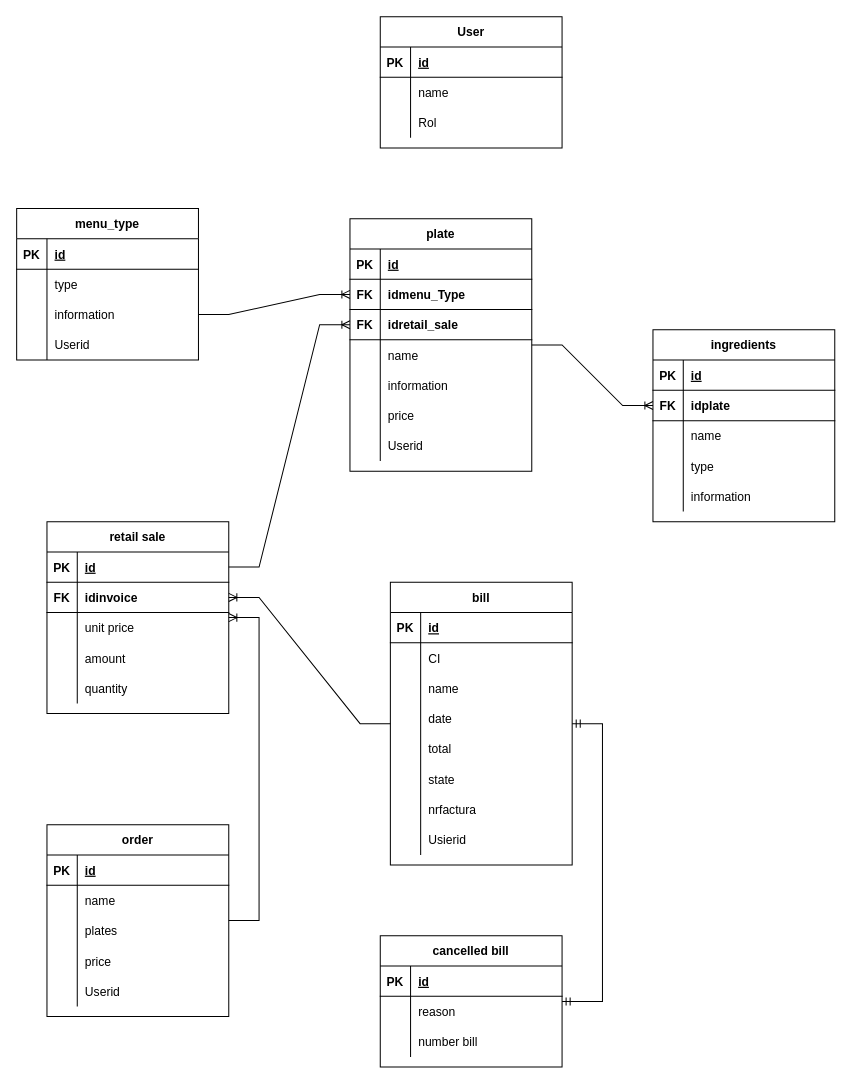
Before: diagrama/Untitled Diagram.drawio in poolextremo/programaci-n-3, a draw.io diagram. Source tidied: cells renumbered, new cells numbered last; positions are measured from the earlier drawing's top-left corner, leaving out a move shared by most shapes. Both pictures are drawn from the tidied source at 101%, with x=0, y=0 at pixel (16, 16).
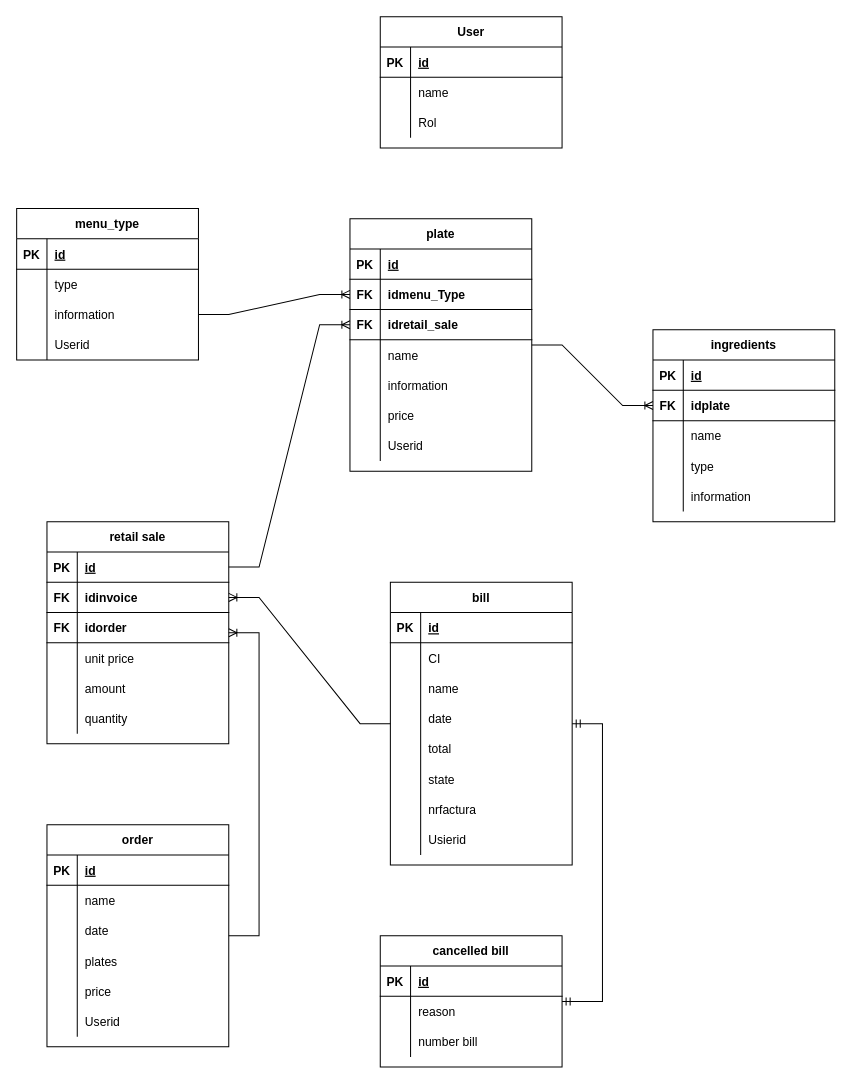
The same diagram, later.

The change refers to these unchanged cells:
```xml
<mxCell id="82" value="bill" style="shape=table;startSize=30;childLayout=tableLayout;rowLines=0;fontStyle=1;align=center;" parent="1" vertex="1">
  <mxGeometry x="370" y="560" width="180" height="280" as="geometry" />
</mxCell>
```

Diff of the diagram source:
```diff
@@
     <mxCell id="65" value="retail sale" style="shape=table;startSize=30;childLayout=tableLayout;rowLines=0;fontStyle=1;align=center;" parent="1" vertex="1">
-      <mxGeometry x="30" y="500" width="180" height="190" as="geometry" />
+      <mxGeometry x="30" y="500" width="180" height="220" as="geometry" />
     </mxCell>
@@
+    <mxCell id="136" style="shape=tableRow;horizontal=0;startSize=0;swimlaneHead=0;swimlaneBody=0;fillColor=none;points=[[0,0.5],[1,0.5]];portConstraint=eastwest;top=0;left=0;right=0;bottom=1;" parent="65" vertex="1">
+      <mxGeometry y="60" width="180" height="30" as="geometry" />
+    </mxCell>
+    <mxCell id="137" value="FK" style="shape=partialRectangle;fillColor=none;top=0;left=0;bottom=0;right=0;fontStyle=1;overflow=hidden;" parent="136" vertex="1">
+      <mxGeometry width="30" height="30" as="geometry" />
+    </mxCell>
+    <mxCell id="138" value="idinvoice" style="shape=partialRectangle;fillColor=none;top=0;left=0;bottom=0;right=0;align=left;spacingLeft=6;fontStyle=1;overflow=hidden;" parent="136" vertex="1">
+      <mxGeometry x="30" width="150" height="30" as="geometry" />
+    </mxCell>
     <mxCell id="69" style="shape=tableRow;horizontal=0;startSize=0;swimlaneHead=0;swimlaneBody=0;fillColor=none;points=[[0,0.5],[1,0.5]];portConstraint=eastwest;top=0;left=0;right=0;bottom=1;" parent="65" vertex="1">
-      <mxGeometry y="60" width="180" height="30" as="geometry" />
+      <mxGeometry y="90" width="180" height="30" as="geometry" />
     </mxCell>
@@
-    <mxCell id="71" value="idinvoice" style="shape=partialRectangle;fillColor=none;top=0;left=0;bottom=0;right=0;align=left;spacingLeft=6;fontStyle=1;overflow=hidden;" parent="69" vertex="1">
+    <mxCell id="71" value="idorder" style="shape=partialRectangle;fillColor=none;top=0;left=0;bottom=0;right=0;align=left;spacingLeft=6;fontStyle=1;overflow=hidden;" parent="69" vertex="1">
       <mxGeometry x="30" width="150" height="30" as="geometry" />
     </mxCell>
     <mxCell id="72" style="shape=tableRow;horizontal=0;startSize=0;swimlaneHead=0;swimlaneBody=0;fillColor=none;top=0;left=0;right=0;bottom=0;" parent="65" vertex="1">
-      <mxGeometry y="90" width="180" height="30" as="geometry" />
+      <mxGeometry y="120" width="180" height="30" as="geometry" />
     </mxCell>
@@
     <mxCell id="75" style="shape=tableRow;horizontal=0;startSize=0;swimlaneHead=0;swimlaneBody=0;fillColor=none;top=0;left=0;right=0;bottom=0;" parent="65" vertex="1">
-      <mxGeometry y="120" width="180" height="30" as="geometry" />
+      <mxGeometry y="150" width="180" height="30" as="geometry" />
     </mxCell>
@@
     <mxCell id="78" style="shape=tableRow;horizontal=0;startSize=0;swimlaneHead=0;swimlaneBody=0;fillColor=none;top=0;left=0;right=0;bottom=0;" parent="65" vertex="1">
-      <mxGeometry y="150" width="180" height="30" as="geometry" />
+      <mxGeometry y="180" width="180" height="30" as="geometry" />
     </mxCell>
@@
-    <mxCell id="107" style="edgeStyle=entityRelationEdgeStyle;fontSize=12;html=1;endArrow=ERoneToMany;rounded=0;" parent="1" edge="1" source="82" target="69">
+    <mxCell id="107" style="edgeStyle=entityRelationEdgeStyle;fontSize=12;html=1;endArrow=ERoneToMany;rounded=0;" parent="1" edge="1" source="82" target="136">
       <mxGeometry relative="1" as="geometry" />
     </mxCell>
     <mxCell id="108" value="order" style="shape=table;startSize=30;childLayout=tableLayout;rowLines=0;fontStyle=1;align=center;" parent="1" vertex="1">
-      <mxGeometry x="30" y="800" width="180" height="190" as="geometry" />
+      <mxGeometry x="30" y="800" width="180" height="220" as="geometry" />
     </mxCell>
@@
+    <mxCell id="139" style="shape=tableRow;horizontal=0;startSize=0;swimlaneHead=0;swimlaneBody=0;fillColor=none;top=0;left=0;right=0;bottom=0;" parent="108" vertex="1">
+      <mxGeometry y="90" width="180" height="30" as="geometry" />
+    </mxCell>
+    <mxCell id="140" style="shape=partialRectangle;fillColor=none;top=0;left=0;bottom=0;right=0;overflow=hidden;" parent="139" vertex="1">
+      <mxGeometry width="30" height="30" as="geometry" />
+    </mxCell>
+    <mxCell id="141" value="date" style="shape=partialRectangle;fillColor=none;top=0;left=0;bottom=0;right=0;align=left;spacingLeft=6;overflow=hidden;" parent="139" vertex="1">
+      <mxGeometry x="30" width="150" height="30" as="geometry" />
+    </mxCell>
     <mxCell id="115" style="shape=tableRow;horizontal=0;startSize=0;swimlaneHead=0;swimlaneBody=0;fillColor=none;top=0;left=0;right=0;bottom=0;" parent="108" vertex="1">
-      <mxGeometry y="90" width="180" height="30" as="geometry" />
+      <mxGeometry y="120" width="180" height="30" as="geometry" />
     </mxCell>
@@
     <mxCell id="118" style="shape=tableRow;horizontal=0;startSize=0;swimlaneHead=0;swimlaneBody=0;fillColor=none;top=0;left=0;right=0;bottom=0;" parent="108" vertex="1">
-      <mxGeometry y="120" width="180" height="30" as="geometry" />
+      <mxGeometry y="150" width="180" height="30" as="geometry" />
     </mxCell>
@@
     <mxCell id="121" style="shape=tableRow;horizontal=0;startSize=0;swimlaneHead=0;swimlaneBody=0;fillColor=none;top=0;left=0;right=0;bottom=0;" parent="108" vertex="1">
-      <mxGeometry y="150" width="180" height="30" as="geometry" />
+      <mxGeometry y="180" width="180" height="30" as="geometry" />
     </mxCell>
```
